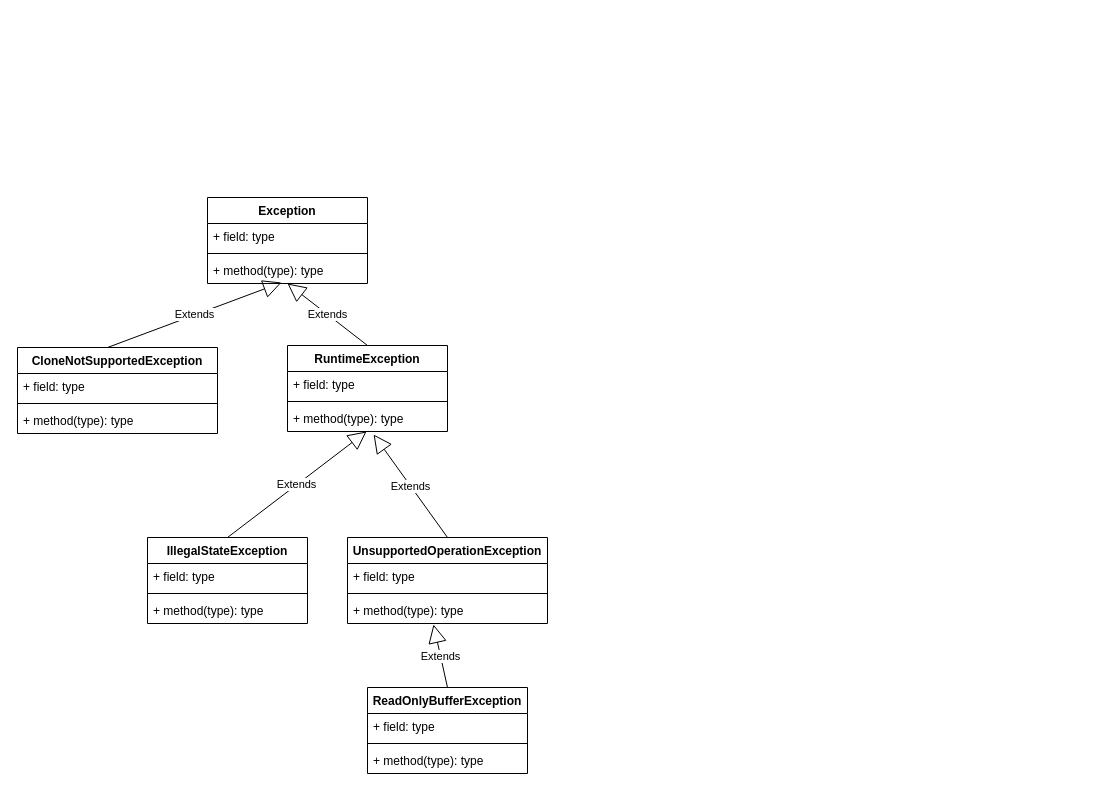
Above: page "异常" (2 of 7) of JDK.drawio in tadsimons/draw (draw.io), before the change. Source tidied: cells renumbered, new cells numbered last; positions are measured from the earlier drawing's top-left corner, leaving out a move shared by most shapes. Both pictures are drawn from the tidied source at 100%, with x=0, y=0 at pixel (17, 197).
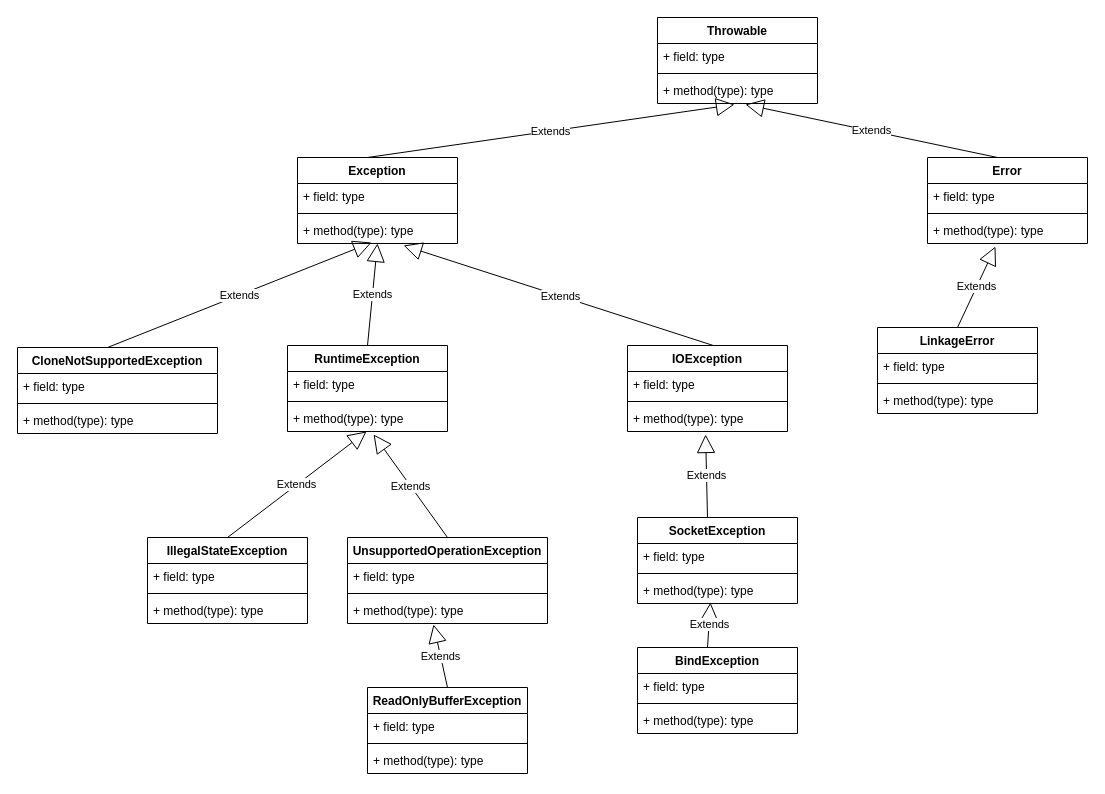
The same page after the edit.

Unchanged cells that the change refers to:
```xml
<mxCell id="12" value="RuntimeException" style="swimlane;fontStyle=1;align=center;verticalAlign=top;horizontal=1;startSize=26;strokeColor=#000000;fillColor=#FFFFFF;" parent="1" vertex="1">
  <mxGeometry x="270" y="148" width="160" height="86" as="geometry" />
</mxCell>
```

What changed in the source:
```diff
@@
-    <mxCell id="2" value="Exception" style="swimlane;fontStyle=1;align=center;verticalAlign=top;horizontal=1;startSize=26;" parent="1" vertex="1">
-      <mxGeometry x="190" width="160" height="86" as="geometry" />
-    </mxCell>
-    <mxCell id="3" value="+ field: type" style="text;strokeColor=none;fillColor=none;align=left;verticalAlign=top;spacingLeft=4;spacingRight=4;overflow=hidden;" parent="2" vertex="1">
-      <mxGeometry y="26" width="160" height="26" as="geometry" />
-    </mxCell>
-    <mxCell id="4" style="line;strokeWidth=1;fillColor=none;align=left;verticalAlign=middle;spacingTop=-1;spacingLeft=3;spacingRight=3;labelPosition=right;" parent="2" vertex="1">
-      <mxGeometry y="52" width="160" height="8" as="geometry" />
-    </mxCell>
-    <mxCell id="5" value="+ method(type): type" style="text;strokeColor=none;fillColor=none;align=left;verticalAlign=top;spacingLeft=4;spacingRight=4;overflow=hidden;points=[[0,0.5],[1,0.5]];portConstraint=eastwest;" parent="2" vertex="1">
-      <mxGeometry y="60" width="160" height="26" as="geometry" />
-    </mxCell>
-    <mxCell id="6" value="Extends" style="endArrow=block;endSize=16;endFill=0;html=1;exitX=0.5;exitY=0;exitDx=0;exitDy=0;" parent="2" edge="1" source="12">
-      <mxGeometry relative="1" as="geometry">
-        <mxPoint x="80" y="86" as="targetPoint" />
-      </mxGeometry>
-    </mxCell>
@@
+    <mxCell id="31" value="Throwable" style="swimlane;fontStyle=1;align=center;verticalAlign=top;horizontal=1;startSize=26;" parent="1" vertex="1">
+      <mxGeometry x="640" y="-180" width="160" height="86" as="geometry" />
+    </mxCell>
+    <mxCell id="32" value="+ field: type" style="text;strokeColor=none;fillColor=none;align=left;verticalAlign=top;spacingLeft=4;spacingRight=4;overflow=hidden;" parent="31" vertex="1">
+      <mxGeometry y="26" width="160" height="26" as="geometry" />
+    </mxCell>
+    <mxCell id="33" style="line;strokeWidth=1;fillColor=none;align=left;verticalAlign=middle;spacingTop=-1;spacingLeft=3;spacingRight=3;labelPosition=right;" parent="31" vertex="1">
+      <mxGeometry y="52" width="160" height="8" as="geometry" />
+    </mxCell>
+    <mxCell id="34" value="+ method(type): type" style="text;strokeColor=none;fillColor=none;align=left;verticalAlign=top;spacingLeft=4;spacingRight=4;overflow=hidden;points=[[0,0.5],[1,0.5]];portConstraint=eastwest;" parent="31" vertex="1">
+      <mxGeometry y="60" width="160" height="26" as="geometry" />
+    </mxCell>
@@
+    <mxCell id="2" value="Exception" style="swimlane;fontStyle=1;align=center;verticalAlign=top;horizontal=1;startSize=26;" parent="1" vertex="1">
+      <mxGeometry x="280" y="-40" width="160" height="86" as="geometry" />
+    </mxCell>
+    <mxCell id="35" value="Extends" style="endArrow=block;endSize=16;endFill=0;html=1;entryX=0.481;entryY=1.038;entryDx=0;entryDy=0;entryPerimeter=0;" parent="2" edge="1" target="34">
+      <mxGeometry relative="1" as="geometry">
+        <mxPoint x="70" as="sourcePoint" />
+      </mxGeometry>
+    </mxCell>
+    <mxCell id="3" value="+ field: type" style="text;strokeColor=none;fillColor=none;align=left;verticalAlign=top;spacingLeft=4;spacingRight=4;overflow=hidden;" parent="2" vertex="1">
+      <mxGeometry y="26" width="160" height="26" as="geometry" />
+    </mxCell>
+    <mxCell id="4" style="line;strokeWidth=1;fillColor=none;align=left;verticalAlign=middle;spacingTop=-1;spacingLeft=3;spacingRight=3;labelPosition=right;" parent="2" vertex="1">
+      <mxGeometry y="52" width="160" height="8" as="geometry" />
+    </mxCell>
+    <mxCell id="5" value="+ method(type): type" style="text;strokeColor=none;fillColor=none;align=left;verticalAlign=top;spacingLeft=4;spacingRight=4;overflow=hidden;points=[[0,0.5],[1,0.5]];portConstraint=eastwest;" parent="2" vertex="1">
+      <mxGeometry y="60" width="160" height="26" as="geometry" />
+    </mxCell>
+    <mxCell id="6" value="Extends" style="endArrow=block;endSize=16;endFill=0;html=1;exitX=0.5;exitY=0;exitDx=0;exitDy=0;" parent="2" edge="1" source="12">
+      <mxGeometry relative="1" as="geometry">
+        <mxPoint x="80" y="86" as="targetPoint" />
+      </mxGeometry>
+    </mxCell>
+    <mxCell id="36" value="Extends" style="endArrow=block;endSize=16;endFill=0;html=1;entryX=0.663;entryY=1.077;entryDx=0;entryDy=0;entryPerimeter=0;exitX=0.556;exitY=0.012;exitDx=0;exitDy=0;exitPerimeter=0;" parent="1" edge="1" source="37" target="5">
+      <mxGeometry relative="1" as="geometry" />
+    </mxCell>
+    <mxCell id="37" value="IOException" style="swimlane;fontStyle=1;align=center;verticalAlign=top;horizontal=1;startSize=26;" parent="1" vertex="1">
+      <mxGeometry x="610" y="148" width="160" height="86" as="geometry" />
+    </mxCell>
+    <mxCell id="38" value="+ field: type" style="text;strokeColor=none;fillColor=none;align=left;verticalAlign=top;spacingLeft=4;spacingRight=4;overflow=hidden;" parent="37" vertex="1">
+      <mxGeometry y="26" width="160" height="26" as="geometry" />
+    </mxCell>
+    <mxCell id="39" style="line;strokeWidth=1;fillColor=none;align=left;verticalAlign=middle;spacingTop=-1;spacingLeft=3;spacingRight=3;labelPosition=right;" parent="37" vertex="1">
+      <mxGeometry y="52" width="160" height="8" as="geometry" />
+    </mxCell>
+    <mxCell id="40" value="+ method(type): type" style="text;strokeColor=none;fillColor=none;align=left;verticalAlign=top;spacingLeft=4;spacingRight=4;overflow=hidden;points=[[0,0.5],[1,0.5]];portConstraint=eastwest;" parent="37" vertex="1">
+      <mxGeometry y="60" width="160" height="26" as="geometry" />
+    </mxCell>
+    <mxCell id="41" value="SocketException" style="swimlane;fontStyle=1;align=center;verticalAlign=top;horizontal=1;startSize=26;" parent="1" vertex="1">
+      <mxGeometry x="620" y="320" width="160" height="86" as="geometry" />
+    </mxCell>
+    <mxCell id="42" value="Extends" style="endArrow=block;endSize=16;endFill=0;html=1;entryX=0.488;entryY=1.115;entryDx=0;entryDy=0;entryPerimeter=0;" parent="41" edge="1" target="40">
+      <mxGeometry relative="1" as="geometry">
+        <mxPoint x="70" as="sourcePoint" />
+      </mxGeometry>
+    </mxCell>
+    <mxCell id="43" value="+ field: type" style="text;strokeColor=none;fillColor=none;align=left;verticalAlign=top;spacingLeft=4;spacingRight=4;overflow=hidden;" parent="41" vertex="1">
+      <mxGeometry y="26" width="160" height="26" as="geometry" />
+    </mxCell>
+    <mxCell id="44" style="line;strokeWidth=1;fillColor=none;align=left;verticalAlign=middle;spacingTop=-1;spacingLeft=3;spacingRight=3;labelPosition=right;" parent="41" vertex="1">
+      <mxGeometry y="52" width="160" height="8" as="geometry" />
+    </mxCell>
+    <mxCell id="45" value="+ method(type): type" style="text;strokeColor=none;fillColor=none;align=left;verticalAlign=top;spacingLeft=4;spacingRight=4;overflow=hidden;points=[[0,0.5],[1,0.5]];portConstraint=eastwest;" parent="41" vertex="1">
+      <mxGeometry y="60" width="160" height="26" as="geometry" />
+    </mxCell>
+    <mxCell id="46" value="BindException" style="swimlane;fontStyle=1;align=center;verticalAlign=top;horizontal=1;startSize=26;" parent="1" vertex="1">
+      <mxGeometry x="620" y="450" width="160" height="86" as="geometry" />
+    </mxCell>
+    <mxCell id="47" value="Extends" style="endArrow=block;endSize=16;endFill=0;html=1;entryX=0.456;entryY=0.962;entryDx=0;entryDy=0;entryPerimeter=0;" parent="46" edge="1" target="45">
+      <mxGeometry relative="1" as="geometry">
+        <mxPoint x="70" as="sourcePoint" />
+      </mxGeometry>
+    </mxCell>
+    <mxCell id="48" value="+ field: type" style="text;strokeColor=none;fillColor=none;align=left;verticalAlign=top;spacingLeft=4;spacingRight=4;overflow=hidden;" parent="46" vertex="1">
+      <mxGeometry y="26" width="160" height="26" as="geometry" />
+    </mxCell>
+    <mxCell id="49" style="line;strokeWidth=1;fillColor=none;align=left;verticalAlign=middle;spacingTop=-1;spacingLeft=3;spacingRight=3;labelPosition=right;" parent="46" vertex="1">
+      <mxGeometry y="52" width="160" height="8" as="geometry" />
+    </mxCell>
+    <mxCell id="50" value="+ method(type): type" style="text;strokeColor=none;fillColor=none;align=left;verticalAlign=top;spacingLeft=4;spacingRight=4;overflow=hidden;" parent="46" vertex="1">
+      <mxGeometry y="60" width="160" height="26" as="geometry" />
+    </mxCell>
+    <mxCell id="51" value="Error" style="swimlane;fontStyle=1;align=center;verticalAlign=top;horizontal=1;startSize=26;" parent="1" vertex="1">
+      <mxGeometry x="910" y="-40" width="160" height="86" as="geometry" />
+    </mxCell>
+    <mxCell id="52" value="Extends" style="endArrow=block;endSize=16;endFill=0;html=1;entryX=0.55;entryY=1.038;entryDx=0;entryDy=0;entryPerimeter=0;" parent="51" edge="1" target="34">
+      <mxGeometry relative="1" as="geometry">
+        <mxPoint x="70" as="sourcePoint" />
+      </mxGeometry>
+    </mxCell>
+    <mxCell id="53" value="+ field: type" style="text;strokeColor=none;fillColor=none;align=left;verticalAlign=top;spacingLeft=4;spacingRight=4;overflow=hidden;" parent="51" vertex="1">
+      <mxGeometry y="26" width="160" height="26" as="geometry" />
+    </mxCell>
+    <mxCell id="54" style="line;strokeWidth=1;fillColor=none;align=left;verticalAlign=middle;spacingTop=-1;spacingLeft=3;spacingRight=3;labelPosition=right;" parent="51" vertex="1">
+      <mxGeometry y="52" width="160" height="8" as="geometry" />
+    </mxCell>
+    <mxCell id="55" value="+ method(type): type" style="text;strokeColor=none;fillColor=none;align=left;verticalAlign=top;spacingLeft=4;spacingRight=4;overflow=hidden;points=[[0,0.5],[1,0.5]];portConstraint=eastwest;" parent="51" vertex="1">
+      <mxGeometry y="60" width="160" height="26" as="geometry" />
+    </mxCell>
+    <mxCell id="56" value="LinkageError" style="swimlane;fontStyle=1;align=center;verticalAlign=top;horizontal=1;startSize=26;" parent="1" vertex="1">
+      <mxGeometry x="860" y="130" width="160" height="86" as="geometry" />
+    </mxCell>
+    <mxCell id="57" value="Extends" style="endArrow=block;endSize=16;endFill=0;html=1;entryX=0.425;entryY=1.115;entryDx=0;entryDy=0;entryPerimeter=0;" parent="56" edge="1" target="55">
+      <mxGeometry relative="1" as="geometry">
+        <mxPoint x="80" as="sourcePoint" />
+      </mxGeometry>
+    </mxCell>
+    <mxCell id="58" value="+ field: type" style="text;strokeColor=none;fillColor=none;align=left;verticalAlign=top;spacingLeft=4;spacingRight=4;overflow=hidden;" parent="56" vertex="1">
+      <mxGeometry y="26" width="160" height="26" as="geometry" />
+    </mxCell>
+    <mxCell id="59" style="line;strokeWidth=1;fillColor=none;align=left;verticalAlign=middle;spacingTop=-1;spacingLeft=3;spacingRight=3;labelPosition=right;" parent="56" vertex="1">
+      <mxGeometry y="52" width="160" height="8" as="geometry" />
+    </mxCell>
+    <mxCell id="60" value="+ method(type): type" style="text;strokeColor=none;fillColor=none;align=left;verticalAlign=top;spacingLeft=4;spacingRight=4;overflow=hidden;" parent="56" vertex="1">
+      <mxGeometry y="60" width="160" height="26" as="geometry" />
+    </mxCell>
```
